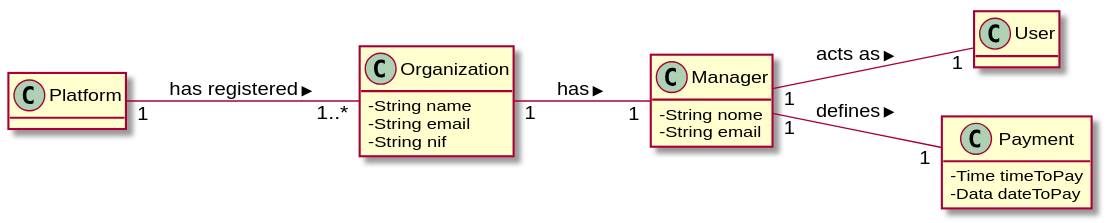
Earlier version of the PlantUML export docs/UC6 - Define Payment hour/UC6_MD.svg (1190452/LAPR2).
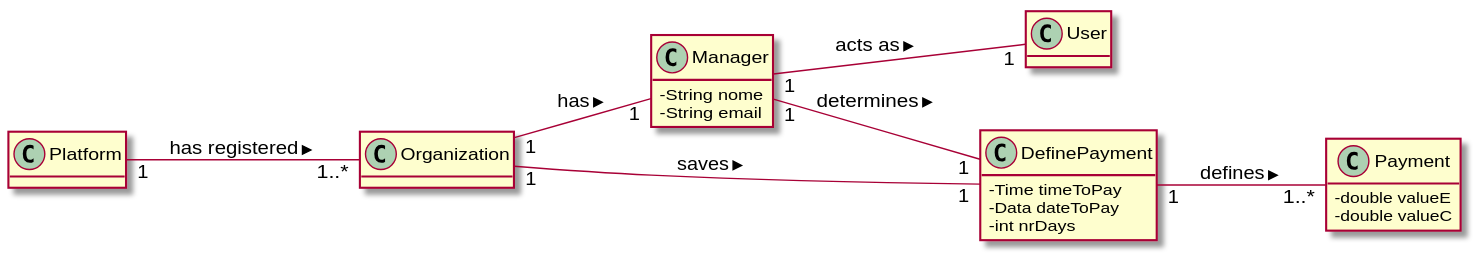
The same diagram one commit later.

Diff of the diagram source:
```diff
@@ -2,6 +2,7 @@
 skinparam classAttributeIconSize 0
 hide methods
 left to right direction
+
 
 
 class Manager {
@@ -13,25 +14,28 @@
 }
 
 
+
 class Payment{
+  -double valueE
+  -double valueC
+}
+
+class DefinePayment{
   -Time timeToPay
   -Data dateToPay
-}
-
-class Platform{
+  -int nrDays
 }
 
 
-class Organization {
-  -String name
-  -String email
-  -String nif
-}
+
+Platform "1" -- "1..*" Organization: has registered >
+
+Organization "1" -- "1" Manager: has >
+Organization "1" -- "1" DefinePayment: saves >
+
+Manager "1" -- "1" User: acts as >
+Manager "1" -- "1" DefinePayment: determines >
 
 
-Manager "1" -- "1" User: acts as >
-Manager "1" -- "1" Payment: defines >
-
-Organization "1" -- "1" Manager : has >
-Platform "1" -- "1..*" Organization: has registered >
+DefinePayment "1" -- "1..*" Payment: defines >
 @enduml
```
